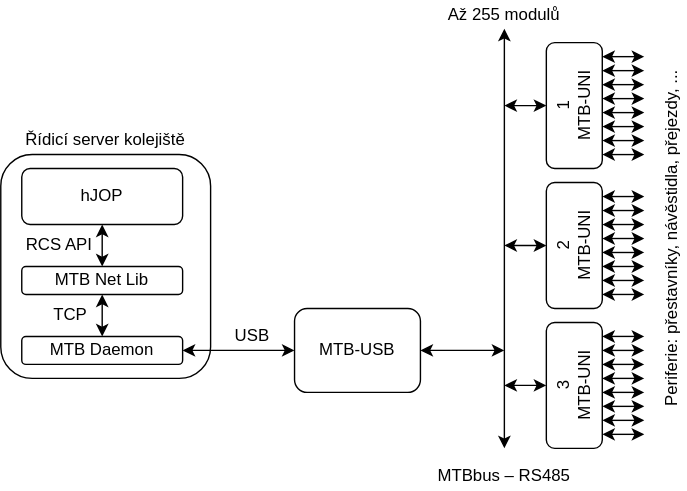
kmzbrnoI/mtb-web keeps this draw.io diagram as assets/img/mtbv4-topology.svg. Above is the earlier version. Source tidied: cells renumbered, new cells last; positions are measured from the earlier drawing's top-left corner, leaving out a move shared by most shapes. Its diagram source:
```xml
<mxGraphModel>
  <root>
    <mxCell id="0" />
    <mxCell id="1" parent="0" />
    <mxCell id="2" style="rounded=1;whiteSpace=wrap;html=1;" parent="1" vertex="1">
      <mxGeometry y="110" width="150" height="160" as="geometry" />
    </mxCell>
    <mxCell id="3" style="edgeStyle=orthogonalEdgeStyle;rounded=0;jettySize=auto;html=1;startArrow=classic;startFill=1;" parent="1" edge="1" source="4">
      <mxGeometry relative="1" as="geometry">
        <mxPoint x="360" y="250" as="targetPoint" />
      </mxGeometry>
    </mxCell>
    <mxCell id="4" value="MTB-USB" style="rounded=1;whiteSpace=wrap;html=1;" parent="1" vertex="1">
      <mxGeometry x="210" y="220" width="90" height="60" as="geometry" />
    </mxCell>
    <mxCell id="5" style="endArrow=classic;startArrow=classic;html=1;entryX=0.5;entryY=1;entryDx=0;entryDy=0;" parent="1" edge="1" target="8">
      <mxGeometry relative="1" as="geometry">
        <mxPoint x="360" y="320" as="sourcePoint" />
      </mxGeometry>
    </mxCell>
    <mxCell id="6" value="MTBbus – RS485" style="text;html=1;align=center;verticalAlign=middle;whiteSpace=wrap;rounded=0;" parent="1" vertex="1">
      <mxGeometry x="300" y="330" width="120" height="20" as="geometry" />
    </mxCell>
    <mxCell id="7" value="&lt;div align=&quot;center&quot;&gt;Periferie: přestavníky, návěstidla, přejezdy, ...&lt;/div&gt;" style="text;html=1;align=center;verticalAlign=middle;whiteSpace=wrap;rounded=0;rotation=-90;" parent="1" vertex="1">
      <mxGeometry x="340" y="160" width="280" height="20" as="geometry" />
    </mxCell>
    <mxCell id="8" value="Až 255 modulů" style="text;html=1;align=center;verticalAlign=middle;whiteSpace=wrap;rounded=0;" parent="1" vertex="1">
      <mxGeometry x="300" width="120" height="20" as="geometry" />
    </mxCell>
    <mxCell id="9" value="USB" style="text;html=1;align=center;verticalAlign=middle;whiteSpace=wrap;rounded=0;" parent="1" vertex="1">
      <mxGeometry x="160" y="230" width="40" height="20" as="geometry" />
    </mxCell>
    <mxCell id="10" style="edgeStyle=orthogonalEdgeStyle;rounded=0;jettySize=auto;html=1;startArrow=classic;startFill=1;" parent="1" edge="1" source="11" target="13">
      <mxGeometry relative="1" as="geometry" />
    </mxCell>
    <mxCell id="11" value="hJOP" style="rounded=1;whiteSpace=wrap;html=1;" parent="1" vertex="1">
      <mxGeometry x="15" y="120" width="115" height="40" as="geometry" />
    </mxCell>
    <mxCell id="12" style="edgeStyle=orthogonalEdgeStyle;rounded=0;jettySize=auto;html=1;entryX=0.5;entryY=0;entryDx=0;entryDy=0;startArrow=classic;startFill=1;" parent="1" edge="1" source="13" target="15">
      <mxGeometry relative="1" as="geometry" />
    </mxCell>
    <mxCell id="13" value="MTB Net Lib" style="rounded=1;whiteSpace=wrap;html=1;" parent="1" vertex="1">
      <mxGeometry x="15" y="190" width="115" height="20" as="geometry" />
    </mxCell>
    <mxCell id="14" style="edgeStyle=orthogonalEdgeStyle;rounded=0;orthogonalLoop=1;jettySize=auto;html=1;startArrow=classic;startFill=1;" parent="1" edge="1">
      <mxGeometry relative="1" as="geometry">
        <mxPoint x="130" y="250" as="sourcePoint" />
        <mxPoint x="210" y="250" as="targetPoint" />
      </mxGeometry>
    </mxCell>
    <mxCell id="15" value="MTB Daemon" style="rounded=1;whiteSpace=wrap;html=1;" parent="1" vertex="1">
      <mxGeometry x="15" y="240" width="115" height="20" as="geometry" />
    </mxCell>
    <mxCell id="16" value="RCS API" style="text;html=1;strokeColor=none;fillColor=none;align=center;verticalAlign=middle;whiteSpace=wrap;rounded=0;" parent="1" vertex="1">
      <mxGeometry x="12" y="165" width="60" height="20" as="geometry" />
    </mxCell>
    <mxCell id="17" value="TCP" style="text;html=1;strokeColor=none;fillColor=none;align=center;verticalAlign=middle;whiteSpace=wrap;rounded=0;" parent="1" vertex="1">
      <mxGeometry x="30" y="215" width="40" height="20" as="geometry" />
    </mxCell>
    <mxCell id="18" value="Řídicí server kolejiště" style="text;html=1;strokeColor=none;fillColor=none;align=center;verticalAlign=middle;whiteSpace=wrap;rounded=0;" parent="1" vertex="1">
      <mxGeometry x="10" y="90" width="130" height="20" as="geometry" />
    </mxCell>
    <mxCell id="19" style="group;rotation=-90;" parent="1" vertex="1">
      <mxGeometry x="360" y="30" width="90" height="90" as="geometry" />
    </mxCell>
    <mxCell id="20" style="edgeStyle=orthogonalEdgeStyle;rounded=0;jettySize=auto;html=1;startArrow=classic;startFill=1;" parent="19" edge="1" source="21">
      <mxGeometry relative="1" as="geometry">
        <mxPoint y="45" as="targetPoint" />
      </mxGeometry>
    </mxCell>
    <mxCell id="21" value="&lt;div&gt;1&lt;br&gt;MTB-UNI&lt;/div&gt;" style="rounded=1;whiteSpace=wrap;html=1;rotation=-90;" parent="19" vertex="1">
      <mxGeometry x="5" y="25" width="90" height="40" as="geometry" />
    </mxCell>
    <mxCell id="22" style="edgeStyle=orthogonalEdgeStyle;rounded=0;orthogonalLoop=1;jettySize=auto;html=1;startArrow=classic;startFill=1;" parent="19" edge="1">
      <mxGeometry relative="1" as="geometry">
        <mxPoint x="70" y="70" as="sourcePoint" />
        <mxPoint x="100" y="70" as="targetPoint" />
        <Array as="points">
          <mxPoint x="90" y="70" />
          <mxPoint x="90" y="70" />
        </Array>
      </mxGeometry>
    </mxCell>
    <mxCell id="23" style="edgeStyle=orthogonalEdgeStyle;rounded=0;orthogonalLoop=1;jettySize=auto;html=1;startArrow=classic;startFill=1;" parent="19" edge="1">
      <mxGeometry relative="1" as="geometry">
        <mxPoint x="70" y="60" as="sourcePoint" />
        <mxPoint x="100" y="60" as="targetPoint" />
        <Array as="points">
          <mxPoint x="90" y="60" />
          <mxPoint x="90" y="60" />
        </Array>
      </mxGeometry>
    </mxCell>
    <mxCell id="24" style="edgeStyle=orthogonalEdgeStyle;rounded=0;orthogonalLoop=1;jettySize=auto;html=1;startArrow=classic;startFill=1;" parent="19" edge="1">
      <mxGeometry relative="1" as="geometry">
        <mxPoint x="70" y="50" as="sourcePoint" />
        <mxPoint x="100" y="50" as="targetPoint" />
        <Array as="points">
          <mxPoint x="90" y="50" />
          <mxPoint x="90" y="50" />
        </Array>
      </mxGeometry>
    </mxCell>
    <mxCell id="25" style="edgeStyle=orthogonalEdgeStyle;rounded=0;orthogonalLoop=1;jettySize=auto;html=1;startArrow=classic;startFill=1;" parent="19" edge="1">
      <mxGeometry relative="1" as="geometry">
        <mxPoint x="70" y="40" as="sourcePoint" />
        <mxPoint x="100" y="40" as="targetPoint" />
        <Array as="points">
          <mxPoint x="80" y="40" />
          <mxPoint x="80" y="40" />
        </Array>
      </mxGeometry>
    </mxCell>
    <mxCell id="26" style="edgeStyle=orthogonalEdgeStyle;rounded=0;orthogonalLoop=1;jettySize=auto;html=1;startArrow=classic;startFill=1;" parent="19" edge="1">
      <mxGeometry relative="1" as="geometry">
        <mxPoint x="70" y="30" as="sourcePoint" />
        <mxPoint x="100" y="30" as="targetPoint" />
        <Array as="points">
          <mxPoint x="90" y="30" />
          <mxPoint x="90" y="30" />
        </Array>
      </mxGeometry>
    </mxCell>
    <mxCell id="27" style="edgeStyle=orthogonalEdgeStyle;rounded=0;orthogonalLoop=1;jettySize=auto;html=1;startArrow=classic;startFill=1;" parent="19" edge="1">
      <mxGeometry relative="1" as="geometry">
        <mxPoint x="70" y="20" as="sourcePoint" />
        <mxPoint x="100" y="20" as="targetPoint" />
        <Array as="points">
          <mxPoint x="90" y="20" />
          <mxPoint x="90" y="20" />
        </Array>
      </mxGeometry>
    </mxCell>
    <mxCell id="28" style="edgeStyle=orthogonalEdgeStyle;rounded=0;orthogonalLoop=1;jettySize=auto;html=1;startArrow=classic;startFill=1;" parent="19" edge="1">
      <mxGeometry relative="1" as="geometry">
        <mxPoint x="70" y="10" as="sourcePoint" />
        <mxPoint x="100" y="10" as="targetPoint" />
        <Array as="points">
          <mxPoint x="90" y="10" />
          <mxPoint x="90" y="10" />
        </Array>
      </mxGeometry>
    </mxCell>
    <mxCell id="29" style="edgeStyle=orthogonalEdgeStyle;rounded=0;orthogonalLoop=1;jettySize=auto;html=1;startArrow=classic;startFill=1;" parent="19" edge="1">
      <mxGeometry relative="1" as="geometry">
        <mxPoint x="70" y="80" as="sourcePoint" />
        <mxPoint x="100" y="80" as="targetPoint" />
        <Array as="points">
          <mxPoint x="90" y="80" />
          <mxPoint x="90" y="80" />
        </Array>
      </mxGeometry>
    </mxCell>
    <mxCell id="30" style="group;rotation=-90;" parent="1" vertex="1">
      <mxGeometry x="360" y="130" width="90" height="90" as="geometry" />
    </mxCell>
    <mxCell id="31" style="edgeStyle=orthogonalEdgeStyle;rounded=0;jettySize=auto;html=1;startArrow=classic;startFill=1;" parent="30" edge="1" source="32">
      <mxGeometry relative="1" as="geometry">
        <mxPoint y="45" as="targetPoint" />
      </mxGeometry>
    </mxCell>
    <mxCell id="32" value="&lt;div&gt;2&lt;br&gt;MTB-UNI&lt;/div&gt;" style="rounded=1;whiteSpace=wrap;html=1;rotation=-90;" parent="30" vertex="1">
      <mxGeometry x="5" y="25" width="90" height="40" as="geometry" />
    </mxCell>
    <mxCell id="33" style="edgeStyle=orthogonalEdgeStyle;rounded=0;orthogonalLoop=1;jettySize=auto;html=1;startArrow=classic;startFill=1;" parent="30" edge="1">
      <mxGeometry relative="1" as="geometry">
        <mxPoint x="70" y="70" as="sourcePoint" />
        <mxPoint x="100" y="70" as="targetPoint" />
        <Array as="points">
          <mxPoint x="90" y="70" />
          <mxPoint x="90" y="70" />
        </Array>
      </mxGeometry>
    </mxCell>
    <mxCell id="34" style="edgeStyle=orthogonalEdgeStyle;rounded=0;orthogonalLoop=1;jettySize=auto;html=1;startArrow=classic;startFill=1;" parent="30" edge="1">
      <mxGeometry relative="1" as="geometry">
        <mxPoint x="70" y="60" as="sourcePoint" />
        <mxPoint x="100" y="60" as="targetPoint" />
        <Array as="points">
          <mxPoint x="90" y="60" />
          <mxPoint x="90" y="60" />
        </Array>
      </mxGeometry>
    </mxCell>
    <mxCell id="35" style="edgeStyle=orthogonalEdgeStyle;rounded=0;orthogonalLoop=1;jettySize=auto;html=1;startArrow=classic;startFill=1;" parent="30" edge="1">
      <mxGeometry relative="1" as="geometry">
        <mxPoint x="70" y="50" as="sourcePoint" />
        <mxPoint x="100" y="50" as="targetPoint" />
        <Array as="points">
          <mxPoint x="90" y="50" />
          <mxPoint x="90" y="50" />
        </Array>
      </mxGeometry>
    </mxCell>
    <mxCell id="36" style="edgeStyle=orthogonalEdgeStyle;rounded=0;orthogonalLoop=1;jettySize=auto;html=1;startArrow=classic;startFill=1;" parent="30" edge="1">
      <mxGeometry relative="1" as="geometry">
        <mxPoint x="70" y="40" as="sourcePoint" />
        <mxPoint x="100" y="40" as="targetPoint" />
        <Array as="points">
          <mxPoint x="80" y="40" />
          <mxPoint x="80" y="40" />
        </Array>
      </mxGeometry>
    </mxCell>
    <mxCell id="37" style="edgeStyle=orthogonalEdgeStyle;rounded=0;orthogonalLoop=1;jettySize=auto;html=1;startArrow=classic;startFill=1;" parent="30" edge="1">
      <mxGeometry relative="1" as="geometry">
        <mxPoint x="70" y="30" as="sourcePoint" />
        <mxPoint x="100" y="30" as="targetPoint" />
        <Array as="points">
          <mxPoint x="90" y="30" />
          <mxPoint x="90" y="30" />
        </Array>
      </mxGeometry>
    </mxCell>
    <mxCell id="38" style="edgeStyle=orthogonalEdgeStyle;rounded=0;orthogonalLoop=1;jettySize=auto;html=1;startArrow=classic;startFill=1;" parent="30" edge="1">
      <mxGeometry relative="1" as="geometry">
        <mxPoint x="70" y="20" as="sourcePoint" />
        <mxPoint x="100" y="20" as="targetPoint" />
        <Array as="points">
          <mxPoint x="90" y="20" />
          <mxPoint x="90" y="20" />
        </Array>
      </mxGeometry>
    </mxCell>
    <mxCell id="39" style="edgeStyle=orthogonalEdgeStyle;rounded=0;orthogonalLoop=1;jettySize=auto;html=1;startArrow=classic;startFill=1;" parent="30" edge="1">
      <mxGeometry relative="1" as="geometry">
        <mxPoint x="70" y="10" as="sourcePoint" />
        <mxPoint x="100" y="10" as="targetPoint" />
        <Array as="points">
          <mxPoint x="90" y="10" />
          <mxPoint x="90" y="10" />
        </Array>
      </mxGeometry>
    </mxCell>
    <mxCell id="40" style="edgeStyle=orthogonalEdgeStyle;rounded=0;orthogonalLoop=1;jettySize=auto;html=1;startArrow=classic;startFill=1;" parent="30" edge="1">
      <mxGeometry relative="1" as="geometry">
        <mxPoint x="70" y="80" as="sourcePoint" />
        <mxPoint x="100" y="80" as="targetPoint" />
        <Array as="points">
          <mxPoint x="90" y="80" />
          <mxPoint x="90" y="80" />
        </Array>
      </mxGeometry>
    </mxCell>
    <mxCell id="41" style="group;rotation=-90;" parent="1" vertex="1">
      <mxGeometry x="360" y="230" width="90" height="90" as="geometry" />
    </mxCell>
    <mxCell id="42" style="edgeStyle=orthogonalEdgeStyle;rounded=0;jettySize=auto;html=1;startArrow=classic;startFill=1;" parent="41" edge="1" source="43">
      <mxGeometry relative="1" as="geometry">
        <mxPoint y="45" as="targetPoint" />
      </mxGeometry>
    </mxCell>
    <mxCell id="43" value="3&lt;br&gt;MTB-UNI" style="rounded=1;whiteSpace=wrap;html=1;rotation=-90;" parent="41" vertex="1">
      <mxGeometry x="5" y="25" width="90" height="40" as="geometry" />
    </mxCell>
    <mxCell id="44" style="edgeStyle=orthogonalEdgeStyle;rounded=0;orthogonalLoop=1;jettySize=auto;html=1;startArrow=classic;startFill=1;" parent="41" edge="1">
      <mxGeometry relative="1" as="geometry">
        <mxPoint x="70" y="70" as="sourcePoint" />
        <mxPoint x="100" y="70" as="targetPoint" />
        <Array as="points">
          <mxPoint x="90" y="70" />
          <mxPoint x="90" y="70" />
        </Array>
      </mxGeometry>
    </mxCell>
    <mxCell id="45" style="edgeStyle=orthogonalEdgeStyle;rounded=0;orthogonalLoop=1;jettySize=auto;html=1;startArrow=classic;startFill=1;" parent="41" edge="1">
      <mxGeometry relative="1" as="geometry">
        <mxPoint x="70" y="60" as="sourcePoint" />
        <mxPoint x="100" y="60" as="targetPoint" />
        <Array as="points">
          <mxPoint x="90" y="60" />
          <mxPoint x="90" y="60" />
        </Array>
      </mxGeometry>
    </mxCell>
    <mxCell id="46" style="edgeStyle=orthogonalEdgeStyle;rounded=0;orthogonalLoop=1;jettySize=auto;html=1;startArrow=classic;startFill=1;" parent="41" edge="1">
      <mxGeometry relative="1" as="geometry">
        <mxPoint x="70" y="50" as="sourcePoint" />
        <mxPoint x="100" y="50" as="targetPoint" />
        <Array as="points">
          <mxPoint x="90" y="50" />
          <mxPoint x="90" y="50" />
        </Array>
      </mxGeometry>
    </mxCell>
    <mxCell id="47" style="edgeStyle=orthogonalEdgeStyle;rounded=0;orthogonalLoop=1;jettySize=auto;html=1;startArrow=classic;startFill=1;" parent="41" edge="1">
      <mxGeometry relative="1" as="geometry">
        <mxPoint x="70" y="40" as="sourcePoint" />
        <mxPoint x="100" y="40" as="targetPoint" />
        <Array as="points">
          <mxPoint x="80" y="40" />
          <mxPoint x="80" y="40" />
        </Array>
      </mxGeometry>
    </mxCell>
    <mxCell id="48" style="edgeStyle=orthogonalEdgeStyle;rounded=0;orthogonalLoop=1;jettySize=auto;html=1;startArrow=classic;startFill=1;" parent="41" edge="1">
      <mxGeometry relative="1" as="geometry">
        <mxPoint x="70" y="30" as="sourcePoint" />
        <mxPoint x="100" y="30" as="targetPoint" />
        <Array as="points">
          <mxPoint x="90" y="30" />
          <mxPoint x="90" y="30" />
        </Array>
      </mxGeometry>
    </mxCell>
    <mxCell id="49" style="edgeStyle=orthogonalEdgeStyle;rounded=0;orthogonalLoop=1;jettySize=auto;html=1;startArrow=classic;startFill=1;" parent="41" edge="1">
      <mxGeometry relative="1" as="geometry">
        <mxPoint x="70" y="20" as="sourcePoint" />
        <mxPoint x="100" y="20" as="targetPoint" />
        <Array as="points">
          <mxPoint x="90" y="20" />
          <mxPoint x="90" y="20" />
        </Array>
      </mxGeometry>
    </mxCell>
    <mxCell id="50" style="edgeStyle=orthogonalEdgeStyle;rounded=0;orthogonalLoop=1;jettySize=auto;html=1;startArrow=classic;startFill=1;" parent="41" edge="1">
      <mxGeometry relative="1" as="geometry">
        <mxPoint x="70" y="10" as="sourcePoint" />
        <mxPoint x="100" y="10" as="targetPoint" />
        <Array as="points">
          <mxPoint x="90" y="10" />
          <mxPoint x="90" y="10" />
        </Array>
      </mxGeometry>
    </mxCell>
    <mxCell id="51" style="edgeStyle=orthogonalEdgeStyle;rounded=0;orthogonalLoop=1;jettySize=auto;html=1;startArrow=classic;startFill=1;" parent="41" edge="1">
      <mxGeometry relative="1" as="geometry">
        <mxPoint x="70" y="80" as="sourcePoint" />
        <mxPoint x="100" y="80" as="targetPoint" />
        <Array as="points">
          <mxPoint x="90" y="80" />
          <mxPoint x="90" y="80" />
        </Array>
      </mxGeometry>
    </mxCell>
  </root>
</mxGraphModel>
```
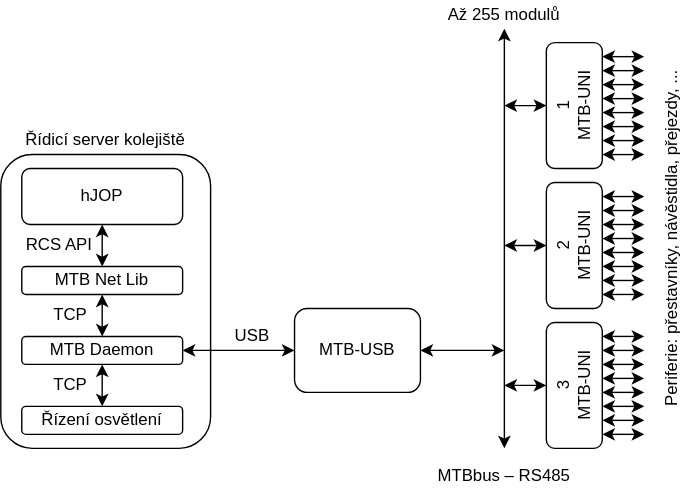
After the commit.

Commit message:
Update MTBv4 topology image.

Change to the diagram source:
```diff
@@ -3,7 +3,7 @@
     <mxCell id="0" />
     <mxCell id="1" parent="0" />
     <mxCell id="2" style="rounded=1;whiteSpace=wrap;html=1;" parent="1" vertex="1">
-      <mxGeometry y="110" width="150" height="160" as="geometry" />
+      <mxGeometry y="110" width="150" height="210" as="geometry" />
     </mxCell>
     <mxCell id="3" style="edgeStyle=orthogonalEdgeStyle;rounded=0;jettySize=auto;html=1;startArrow=classic;startFill=1;" parent="1" edge="1" source="4">
       <mxGeometry relative="1" as="geometry">
@@ -333,5 +333,14 @@
         </Array>
       </mxGeometry>
     </mxCell>
+    <mxCell id="52" style="edgeStyle=orthogonalEdgeStyle;rounded=0;jettySize=auto;html=1;entryX=0.5;entryY=1;entryDx=0;entryDy=0;startArrow=classic;startFill=1;" parent="1" edge="1" source="53" target="15">
+      <mxGeometry relative="1" as="geometry" />
+    </mxCell>
+    <mxCell id="53" value="Řízení osvětlení" style="rounded=1;whiteSpace=wrap;html=1;" parent="1" vertex="1">
+      <mxGeometry x="15" y="290" width="115" height="20" as="geometry" />
+    </mxCell>
+    <mxCell id="54" value="TCP" style="text;html=1;strokeColor=none;fillColor=none;align=center;verticalAlign=middle;whiteSpace=wrap;rounded=0;" parent="1" vertex="1">
+      <mxGeometry x="30" y="265" width="40" height="20" as="geometry" />
+    </mxCell>
   </root>
 </mxGraphModel>
```
